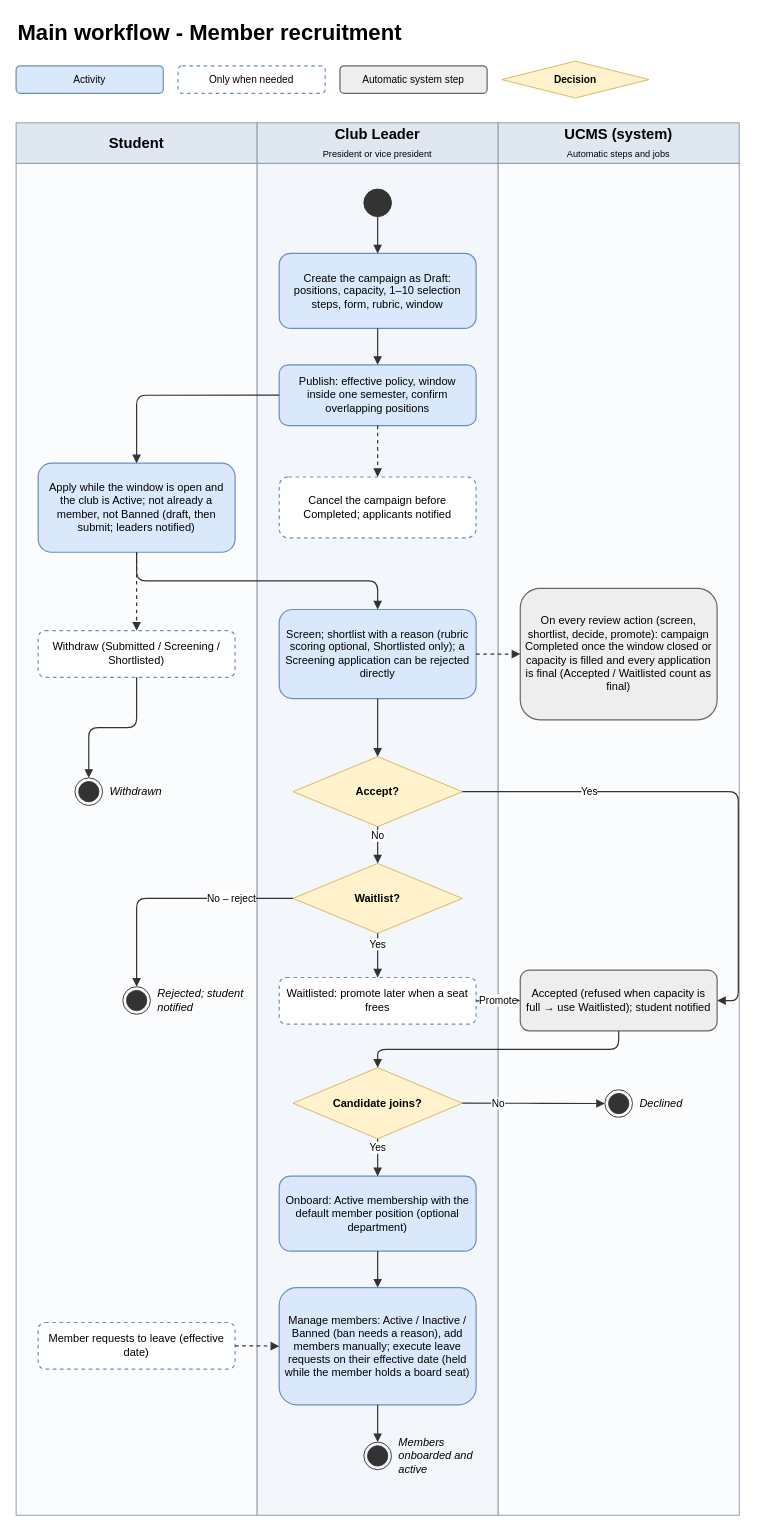
The draw.io diagram page "02 Member recruitment" (2 of 10) of docs/03-diagrams/UCMS_Main_Workflow.drawio in nvdekay/ClubManagementSystem, before the edit. Source tidied: cells renumbered, new cells numbered last; positions are measured from the earlier drawing's top-left corner, leaving out a move shared by most shapes. Both pictures are drawn from the tidied source at 92%, with x=0, y=0 at pixel (16, 16).
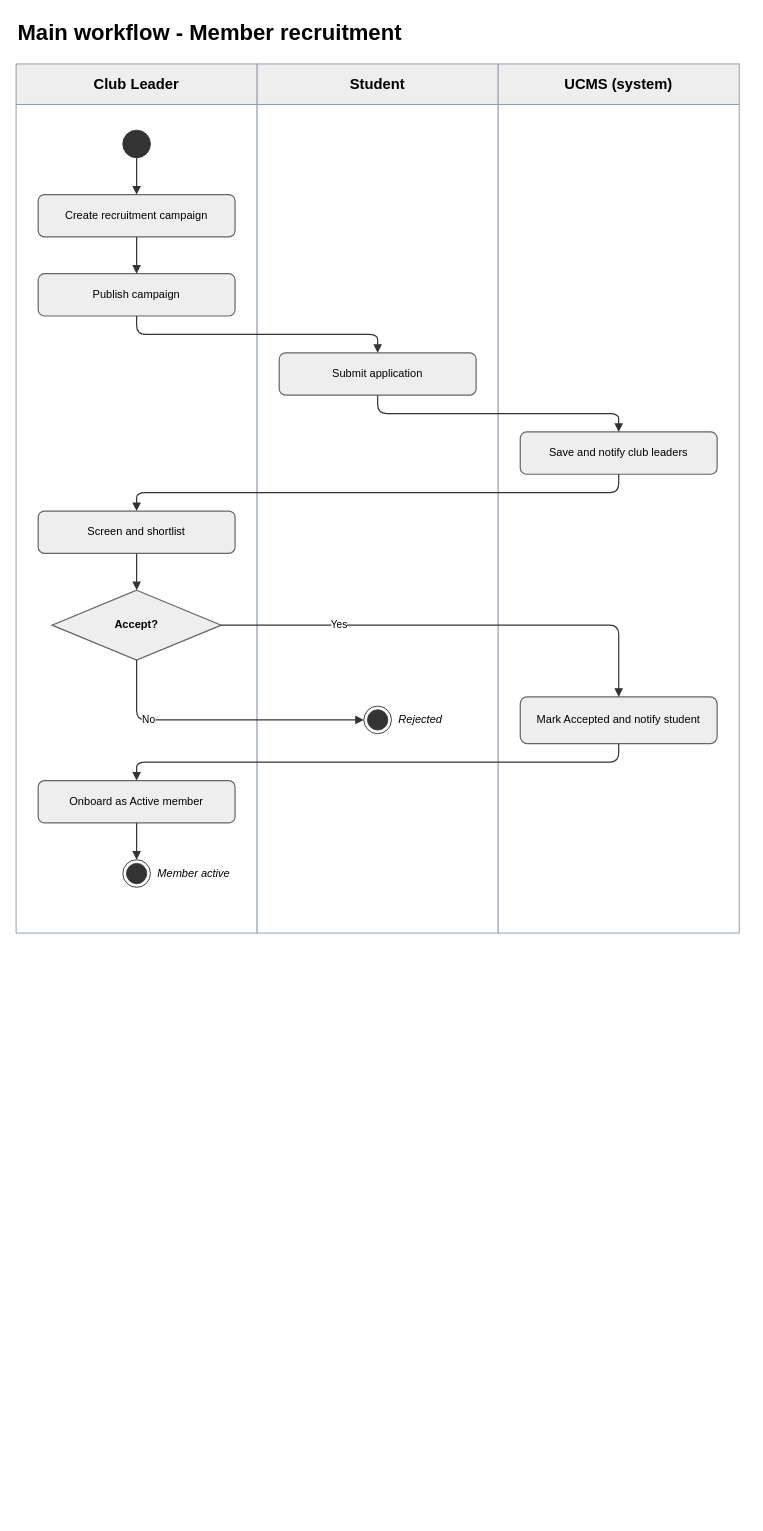
Above is the later version.

Change to the diagram source:
```diff
@@
-    <mxCell id="3" value="Activity" style="rounded=1;whiteSpace=wrap;html=1;fillColor=#dae8fc;strokeColor=#6c8ebf;strokeWidth=1.3;spacing=6;fontSize=11;" parent="1" vertex="1">
-      <mxGeometry y="54" width="160" height="30" as="geometry" />
-    </mxCell>
-    <mxCell id="4" value="Only when needed" style="rounded=1;whiteSpace=wrap;html=1;fillColor=#ffffff;strokeColor=#6c8ebf;dashed=1;strokeWidth=1.3;spacing=6;fontSize=11;" parent="1" vertex="1">
-      <mxGeometry x="176" y="54" width="160" height="30" as="geometry" />
-    </mxCell>
-    <mxCell id="5" value="Automatic system step" style="rounded=1;whiteSpace=wrap;html=1;fillColor=#eeeeee;strokeColor=#666666;strokeWidth=1.3;spacing=6;fontSize=11;" parent="1" vertex="1">
-      <mxGeometry x="352" y="54" width="160" height="30" as="geometry" />
-    </mxCell>
-    <mxCell id="6" value="Decision" style="rhombus;whiteSpace=wrap;html=1;fillColor=#fff2cc;strokeColor=#d6b656;fontStyle=1;spacingLeft=18;spacingRight=18;fontSize=11;" parent="1" vertex="1">
-      <mxGeometry x="528" y="49" width="160" height="40" as="geometry" />
-    </mxCell>
+    <mxCell id="9" style="rounded=0;html=1;fillColor=#ffffff;strokeColor=#8a97a6;" parent="1" vertex="1">
+      <mxGeometry y="96" width="262" height="900.7" as="geometry" />
+    </mxCell>
+    <mxCell id="10" value="&lt;b&gt;Club Leader&lt;/b&gt;" style="rounded=0;whiteSpace=wrap;html=1;fillColor=#eeeeee;strokeColor=#8a97a6;fontSize=16;" parent="1" vertex="1">
+      <mxGeometry y="52" width="262" height="44" as="geometry" />
+    </mxCell>
-    <mxCell id="7" style="rounded=0;html=1;fillColor=#fbfcfe;strokeColor=#8a97a6;" parent="1" vertex="1">
-      <mxGeometry y="160" width="262" height="1469.5" as="geometry" />
+    <mxCell id="7" style="rounded=0;html=1;fillColor=#ffffff;strokeColor=#8a97a6;" parent="1" vertex="1">
+      <mxGeometry x="262" y="96" width="262" height="900.7" as="geometry" />
     </mxCell>
-    <mxCell id="8" value="&lt;b&gt;Student&lt;/b&gt;" style="rounded=0;whiteSpace=wrap;html=1;fillColor=#dfe7f1;strokeColor=#8a97a6;fontSize=16;" parent="1" vertex="1">
-      <mxGeometry y="116" width="262" height="44" as="geometry" />
+    <mxCell id="8" value="&lt;b&gt;Student&lt;/b&gt;" style="rounded=0;whiteSpace=wrap;html=1;fillColor=#eeeeee;strokeColor=#8a97a6;fontSize=16;" parent="1" vertex="1">
+      <mxGeometry x="262" y="52" width="262" height="44" as="geometry" />
     </mxCell>
-    <mxCell id="9" style="rounded=0;html=1;fillColor=#f3f6fa;strokeColor=#8a97a6;" parent="1" vertex="1">
-      <mxGeometry x="262" y="160" width="262" height="1469.5" as="geometry" />
-    </mxCell>
-    <mxCell id="10" value="&lt;b&gt;Club Leader&lt;/b&gt;&lt;br&gt;&lt;span style=&quot;font-size:10px;font-weight:normal;&quot;&gt;President or vice president&lt;/span&gt;" style="rounded=0;whiteSpace=wrap;html=1;fillColor=#dfe7f1;strokeColor=#8a97a6;fontSize=16;" parent="1" vertex="1">
-      <mxGeometry x="262" y="116" width="262" height="44" as="geometry" />
-    </mxCell>
-    <mxCell id="11" style="rounded=0;html=1;fillColor=#fbfcfe;strokeColor=#8a97a6;" parent="1" vertex="1">
-      <mxGeometry x="524" y="160" width="262" height="1469.5" as="geometry" />
+    <mxCell id="11" style="rounded=0;html=1;fillColor=#ffffff;strokeColor=#8a97a6;" parent="1" vertex="1">
+      <mxGeometry x="524" y="96" width="262" height="900.7" as="geometry" />
     </mxCell>
-    <mxCell id="12" value="&lt;b&gt;UCMS (system)&lt;/b&gt;&lt;br&gt;&lt;span style=&quot;font-size:10px;font-weight:normal;&quot;&gt;Automatic steps and jobs&lt;/span&gt;" style="rounded=0;whiteSpace=wrap;html=1;fillColor=#dfe7f1;strokeColor=#8a97a6;fontSize=16;" parent="1" vertex="1">
-      <mxGeometry x="524" y="116" width="262" height="44" as="geometry" />
+    <mxCell id="12" value="&lt;b&gt;UCMS (system)&lt;/b&gt;" style="rounded=0;whiteSpace=wrap;html=1;fillColor=#eeeeee;strokeColor=#8a97a6;fontSize=16;" parent="1" vertex="1">
+      <mxGeometry x="524" y="52" width="262" height="44" as="geometry" />
     </mxCell>
     <mxCell id="13" style="ellipse;html=1;fillColor=#333333;strokeColor=#333333;" parent="1" vertex="1">
-      <mxGeometry x="378" y="188" width="30" height="30" as="geometry" />
+      <mxGeometry x="116" y="124" width="30" height="30" as="geometry" />
     </mxCell>
-    <mxCell id="14" value="Create the campaign as Draft: positions, capacity, 1–10 selection steps, form, rubric, window" style="rounded=1;whiteSpace=wrap;html=1;fillColor=#dae8fc;strokeColor=#6c8ebf;strokeWidth=1.3;spacing=6;fontSize=12;" parent="1" vertex="1">
-      <mxGeometry x="286" y="258" width="214" height="81.4" as="geometry" />
+    <mxCell id="14" value="Create recruitment campaign" style="rounded=1;whiteSpace=wrap;html=1;fillColor=#eeeeee;strokeColor=#666666;strokeWidth=1.3;spacing=6;fontSize=12;" parent="1" vertex="1">
+      <mxGeometry x="24" y="194" width="214" height="46" as="geometry" />
     </mxCell>
-    <mxCell id="15" value="Publish: effective policy, window inside one semester, confirm overlapping positions" style="rounded=1;whiteSpace=wrap;html=1;fillColor=#dae8fc;strokeColor=#6c8ebf;strokeWidth=1.3;spacing=6;fontSize=12;" parent="1" vertex="1">
-      <mxGeometry x="286" y="379" width="214" height="66.1" as="geometry" />
+    <mxCell id="15" value="Publish campaign" style="rounded=1;whiteSpace=wrap;html=1;fillColor=#eeeeee;strokeColor=#666666;strokeWidth=1.3;spacing=6;fontSize=12;" parent="1" vertex="1">
+      <mxGeometry x="24" y="280" width="214" height="46" as="geometry" />
     </mxCell>
-    <mxCell id="16" value="Cancel the campaign before Completed; applicants notified" style="rounded=1;whiteSpace=wrap;html=1;fillColor=#ffffff;strokeColor=#6c8ebf;dashed=1;strokeWidth=1.3;spacing=6;fontSize=12;" parent="1" vertex="1">
-      <mxGeometry x="286" y="501" width="214" height="66.1" as="geometry" />
-    </mxCell>
-    <mxCell id="17" value="Apply while the window is open and the club is Active; not already a member, not Banned (draft, then submit; leaders notified)" style="rounded=1;whiteSpace=wrap;html=1;fillColor=#dae8fc;strokeColor=#6c8ebf;strokeWidth=1.3;spacing=6;fontSize=12;" parent="1" vertex="1">
-      <mxGeometry x="24" y="486" width="214" height="96.8" as="geometry" />
+    <mxCell id="17" value="Submit application" style="rounded=1;whiteSpace=wrap;html=1;fillColor=#eeeeee;strokeColor=#666666;strokeWidth=1.3;spacing=6;fontSize=12;" parent="1" vertex="1">
+      <mxGeometry x="286" y="366" width="214" height="46" as="geometry" />
     </mxCell>
-    <mxCell id="18" value="Withdraw (Submitted / Screening / Shortlisted)" style="rounded=1;whiteSpace=wrap;html=1;fillColor=#ffffff;strokeColor=#6c8ebf;dashed=1;strokeWidth=1.3;spacing=6;fontSize=12;" parent="1" vertex="1">
-      <mxGeometry x="24" y="668" width="214" height="50.7" as="geometry" />
-    </mxCell>
-    <mxCell id="19" style="ellipse;html=1;shape=endState;fillColor=#333333;strokeColor=#333333;" parent="1" vertex="1">
-      <mxGeometry x="64" y="828" width="30" height="30" as="geometry" />
-    </mxCell>
-    <mxCell id="20" value="Withdrawn" style="text;html=1;whiteSpace=wrap;align=left;verticalAlign=middle;fontSize=12;fontStyle=2;" parent="1" vertex="1">
-      <mxGeometry x="100" y="820" width="156" height="46" as="geometry" />
-    </mxCell>
+    <mxCell id="57" value="Save and notify club leaders" style="rounded=1;whiteSpace=wrap;html=1;fillColor=#eeeeee;strokeColor=#666666;strokeWidth=1.3;spacing=6;fontSize=12;" parent="1" vertex="1">
+      <mxGeometry x="548" y="452" width="214" height="46" as="geometry" />
+    </mxCell>
-    <mxCell id="21" value="Screen; shortlist with a reason (rubric scoring optional, Shortlisted only); a Screening application can be rejected directly" style="rounded=1;whiteSpace=wrap;html=1;fillColor=#dae8fc;strokeColor=#6c8ebf;strokeWidth=1.3;spacing=6;fontSize=12;" parent="1" vertex="1">
-      <mxGeometry x="286" y="645" width="214" height="96.8" as="geometry" />
+    <mxCell id="21" value="Screen and shortlist" style="rounded=1;whiteSpace=wrap;html=1;fillColor=#eeeeee;strokeColor=#666666;strokeWidth=1.3;spacing=6;fontSize=12;" parent="1" vertex="1">
+      <mxGeometry x="24" y="538" width="214" height="46" as="geometry" />
     </mxCell>
-    <mxCell id="22" value="Accept?" style="rhombus;whiteSpace=wrap;html=1;fillColor=#fff2cc;strokeColor=#d6b656;fontStyle=1;spacingLeft=18;spacingRight=18;fontSize=12;" parent="1" vertex="1">
-      <mxGeometry x="301" y="805" width="184" height="76" as="geometry" />
+    <mxCell id="22" value="Accept?" style="rhombus;whiteSpace=wrap;html=1;fillColor=#eeeeee;strokeColor=#666666;strokeWidth=1.3;fontStyle=1;spacingLeft=18;spacingRight=18;fontSize=12;" parent="1" vertex="1">
+      <mxGeometry x="39" y="624" width="184" height="76" as="geometry" />
     </mxCell>
-    <mxCell id="23" value="Waitlist?" style="rhombus;whiteSpace=wrap;html=1;fillColor=#fff2cc;strokeColor=#d6b656;fontStyle=1;spacingLeft=18;spacingRight=18;fontSize=12;" parent="1" vertex="1">
-      <mxGeometry x="301" y="921" width="184" height="76" as="geometry" />
-    </mxCell>
     <mxCell id="24" style="ellipse;html=1;shape=endState;fillColor=#333333;strokeColor=#333333;" parent="1" vertex="1">
-      <mxGeometry x="116" y="1055" width="30" height="30" as="geometry" />
+      <mxGeometry x="378" y="750" width="30" height="30" as="geometry" />
     </mxCell>
-    <mxCell id="25" value="Rejected; student notified" style="text;html=1;whiteSpace=wrap;align=left;verticalAlign=middle;fontSize=12;fontStyle=2;" parent="1" vertex="1">
-      <mxGeometry x="152" y="1047" width="104" height="46" as="geometry" />
+    <mxCell id="25" value="Rejected" style="text;html=1;whiteSpace=wrap;align=left;verticalAlign=middle;fontSize=12;fontStyle=2;" parent="1" vertex="1">
+      <mxGeometry x="414" y="742" width="104" height="46" as="geometry" />
     </mxCell>
-    <mxCell id="26" value="Waitlisted: promote later when a seat frees" style="rounded=1;whiteSpace=wrap;html=1;fillColor=#ffffff;strokeColor=#6c8ebf;dashed=1;strokeWidth=1.3;spacing=6;fontSize=12;" parent="1" vertex="1">
-      <mxGeometry x="286" y="1045" width="214" height="50.7" as="geometry" />
-    </mxCell>
-    <mxCell id="27" value="Accepted (refused when capacity is full → use Waitlisted); student notified" style="rounded=1;whiteSpace=wrap;html=1;fillColor=#eeeeee;strokeColor=#666666;strokeWidth=1.3;spacing=6;fontSize=12;" parent="1" vertex="1">
-      <mxGeometry x="548" y="1037" width="214" height="66.1" as="geometry" />
-    </mxCell>
-    <mxCell id="28" value="Candidate joins?" style="rhombus;whiteSpace=wrap;html=1;fillColor=#fff2cc;strokeColor=#d6b656;fontStyle=1;spacingLeft=18;spacingRight=18;fontSize=12;" parent="1" vertex="1">
-      <mxGeometry x="301" y="1143" width="184" height="77.3" as="geometry" />
-    </mxCell>
-    <mxCell id="29" style="ellipse;html=1;shape=endState;fillColor=#333333;strokeColor=#333333;" parent="1" vertex="1">
-      <mxGeometry x="640" y="1167" width="30" height="30" as="geometry" />
-    </mxCell>
-    <mxCell id="30" value="Declined" style="text;html=1;whiteSpace=wrap;align=left;verticalAlign=middle;fontSize=12;fontStyle=2;" parent="1" vertex="1">
-      <mxGeometry x="676" y="1159" width="104" height="46" as="geometry" />
-    </mxCell>
-    <mxCell id="31" value="Onboard: Active membership with the default member position (optional department)" style="rounded=1;whiteSpace=wrap;html=1;fillColor=#dae8fc;strokeColor=#6c8ebf;strokeWidth=1.3;spacing=6;fontSize=12;" parent="1" vertex="1">
-      <mxGeometry x="286" y="1261" width="214" height="81.4" as="geometry" />
-    </mxCell>
-    <mxCell id="32" value="On every review action (screen, shortlist, decide, promote): campaign Completed once the window closed or capacity is filled and every application is final (Accepted / Waitlisted count as final)" style="rounded=1;whiteSpace=wrap;html=1;fillColor=#eeeeee;strokeColor=#666666;strokeWidth=1.3;spacing=6;fontSize=12;" parent="1" vertex="1">
-      <mxGeometry x="548" y="622" width="214" height="142.9" as="geometry" />
-    </mxCell>
-    <mxCell id="33" value="Member requests to leave (effective date)" style="rounded=1;whiteSpace=wrap;html=1;fillColor=#ffffff;strokeColor=#6c8ebf;dashed=1;strokeWidth=1.3;spacing=6;fontSize=12;" parent="1" vertex="1">
-      <mxGeometry x="24" y="1420" width="214" height="50.7" as="geometry" />
-    </mxCell>
+    <mxCell id="58" value="Mark Accepted and notify student" style="rounded=1;whiteSpace=wrap;html=1;fillColor=#eeeeee;strokeColor=#666666;strokeWidth=1.3;spacing=6;fontSize=12;" parent="1" vertex="1">
+      <mxGeometry x="548" y="740" width="214" height="50.7" as="geometry" />
+    </mxCell>
-    <mxCell id="34" value="Manage members: Active / Inactive / Banned (ban needs a reason), add members manually; execute leave requests on their effective date (held while the member holds a board seat)" style="rounded=1;whiteSpace=wrap;html=1;fillColor=#dae8fc;strokeColor=#6c8ebf;strokeWidth=1.3;spacing=6;fontSize=12;" parent="1" vertex="1">
-      <mxGeometry x="286" y="1382" width="214" height="127.5" as="geometry" />
+    <mxCell id="34" value="Onboard as Active member" style="rounded=1;whiteSpace=wrap;html=1;fillColor=#eeeeee;strokeColor=#666666;strokeWidth=1.3;spacing=6;fontSize=12;" parent="1" vertex="1">
+      <mxGeometry x="24" y="831" width="214" height="46" as="geometry" />
     </mxCell>
     <mxCell id="35" style="ellipse;html=1;shape=endState;fillColor=#333333;strokeColor=#333333;" parent="1" vertex="1">
-      <mxGeometry x="378" y="1550" width="30" height="30" as="geometry" />
+      <mxGeometry x="116" y="917" width="30" height="30" as="geometry" />
     </mxCell>
-    <mxCell id="36" value="Members onboarded and active" style="text;html=1;whiteSpace=wrap;align=left;verticalAlign=middle;fontSize=12;fontStyle=2;" parent="1" vertex="1">
-      <mxGeometry x="414" y="1542" width="104" height="46" as="geometry" />
+    <mxCell id="36" value="Member active" style="text;html=1;whiteSpace=wrap;align=left;verticalAlign=middle;fontSize=12;fontStyle=2;" parent="1" vertex="1">
+      <mxGeometry x="152" y="909" width="104" height="46" as="geometry" />
     </mxCell>
@@
-    <mxCell id="39" style="endArrow=block;endFill=1;html=1;rounded=1;edgeStyle=orthogonalEdgeStyle;strokeColor=#333333;strokeWidth=1.3;fontSize=11;labelBackgroundColor=#ffffff;dashed=1;exitX=0.5;exitY=1;entryX=0.5;entryY=0;" parent="1" edge="1" source="15" target="16">
+    <mxCell id="39" style="endArrow=block;endFill=1;html=1;rounded=1;edgeStyle=orthogonalEdgeStyle;strokeColor=#333333;strokeWidth=1.3;fontSize=11;labelBackgroundColor=#ffffff;exitX=0.5;exitY=1;entryX=0.5;entryY=0;" parent="1" edge="1" source="15" target="17">
       <mxGeometry relative="1" as="geometry" />
     </mxCell>
-    <mxCell id="40" style="endArrow=block;endFill=1;html=1;rounded=1;edgeStyle=orthogonalEdgeStyle;strokeColor=#333333;strokeWidth=1.3;fontSize=11;labelBackgroundColor=#ffffff;exitX=0;exitY=0.5;entryX=0.5;entryY=0;" parent="1" edge="1" source="15" target="17">
+    <mxCell id="40" style="endArrow=block;endFill=1;html=1;rounded=1;edgeStyle=orthogonalEdgeStyle;strokeColor=#333333;strokeWidth=1.3;fontSize=11;labelBackgroundColor=#ffffff;exitX=0.5;exitY=1;entryX=0.5;entryY=0;" parent="1" edge="1" source="17" target="57">
       <mxGeometry relative="1" as="geometry" />
     </mxCell>
-    <mxCell id="41" style="endArrow=block;endFill=1;html=1;rounded=1;edgeStyle=orthogonalEdgeStyle;strokeColor=#333333;strokeWidth=1.3;fontSize=11;labelBackgroundColor=#ffffff;dashed=1;exitX=0.5;exitY=1;entryX=0.5;entryY=0;" parent="1" edge="1" source="17" target="18">
+    <mxCell id="41" style="endArrow=block;endFill=1;html=1;rounded=1;edgeStyle=orthogonalEdgeStyle;strokeColor=#333333;strokeWidth=1.3;fontSize=11;labelBackgroundColor=#ffffff;exitX=0.5;exitY=1;entryX=0.5;entryY=0;" parent="1" edge="1" source="57" target="21">
       <mxGeometry relative="1" as="geometry" />
     </mxCell>
-    <mxCell id="42" style="endArrow=block;endFill=1;html=1;rounded=1;edgeStyle=orthogonalEdgeStyle;strokeColor=#333333;strokeWidth=1.3;fontSize=11;labelBackgroundColor=#ffffff;exitX=0.5;exitY=1;entryX=0.5;entryY=0;" parent="1" edge="1" source="18" target="19">
+    <mxCell id="42" style="endArrow=block;endFill=1;html=1;rounded=1;edgeStyle=orthogonalEdgeStyle;strokeColor=#333333;strokeWidth=1.3;fontSize=11;labelBackgroundColor=#ffffff;exitX=0.5;exitY=1;entryX=0.5;entryY=0;" parent="1" edge="1" source="21" target="22">
       <mxGeometry relative="1" as="geometry" />
     </mxCell>
-    <mxCell id="43" style="endArrow=block;endFill=1;html=1;rounded=1;edgeStyle=orthogonalEdgeStyle;strokeColor=#333333;strokeWidth=1.3;fontSize=11;labelBackgroundColor=#ffffff;exitX=0.5;exitY=1;entryX=0.5;entryY=0;" parent="1" edge="1" source="17" target="21">
-      <mxGeometry relative="1" as="geometry" />
+    <mxCell id="43" value="Yes" style="endArrow=block;endFill=1;html=1;rounded=1;edgeStyle=orthogonalEdgeStyle;strokeColor=#333333;strokeWidth=1.3;fontSize=11;labelBackgroundColor=#ffffff;exitX=1;exitY=0.5;entryX=0.5;entryY=0;" parent="1" edge="1" source="22" target="58">
+      <mxGeometry x="-0.5" relative="1" as="geometry" />
     </mxCell>
-    <mxCell id="44" style="endArrow=block;endFill=1;html=1;rounded=1;edgeStyle=orthogonalEdgeStyle;strokeColor=#333333;strokeWidth=1.3;fontSize=11;labelBackgroundColor=#ffffff;exitX=0.5;exitY=1;entryX=0.5;entryY=0;" parent="1" edge="1" source="21" target="22">
-      <mxGeometry relative="1" as="geometry" />
+    <mxCell id="44" value="No" style="endArrow=block;endFill=1;html=1;rounded=1;edgeStyle=orthogonalEdgeStyle;strokeColor=#333333;strokeWidth=1.3;fontSize=11;labelBackgroundColor=#ffffff;exitX=0.5;exitY=1;entryX=0;entryY=0.5;" parent="1" edge="1" source="22" target="24">
+      <mxGeometry x="-0.5" relative="1" as="geometry" />
     </mxCell>
-    <mxCell id="45" value="Yes" style="endArrow=block;endFill=1;html=1;rounded=1;edgeStyle=orthogonalEdgeStyle;strokeColor=#333333;strokeWidth=1.3;fontSize=11;labelBackgroundColor=#ffffff;exitX=1;exitY=0.5;entryX=1;entryY=0.5;" parent="1" edge="1" source="22" target="27">
-      <mxGeometry x="-0.5" relative="1" as="geometry">
-        <Array as="points">
-          <mxPoint x="785" y="843" />
-          <mxPoint x="785" y="1070" />
-        </Array>
-      </mxGeometry>
+    <mxCell id="45" style="endArrow=block;endFill=1;html=1;rounded=1;edgeStyle=orthogonalEdgeStyle;strokeColor=#333333;strokeWidth=1.3;fontSize=11;labelBackgroundColor=#ffffff;exitX=0.5;exitY=1;entryX=0.5;entryY=0;" parent="1" edge="1" source="58" target="34">
+      <mxGeometry relative="1" as="geometry" />
     </mxCell>
-    <mxCell id="46" value="No" style="endArrow=block;endFill=1;html=1;rounded=1;edgeStyle=orthogonalEdgeStyle;strokeColor=#333333;strokeWidth=1.3;fontSize=11;labelBackgroundColor=#ffffff;exitX=0.5;exitY=1;entryX=0.5;entryY=0;" parent="1" edge="1" source="22" target="23">
-      <mxGeometry x="-0.5" relative="1" as="geometry" />
+    <mxCell id="46" style="endArrow=block;endFill=1;html=1;rounded=1;edgeStyle=orthogonalEdgeStyle;strokeColor=#333333;strokeWidth=1.3;fontSize=11;labelBackgroundColor=#ffffff;exitX=0.5;exitY=1;entryX=0.5;entryY=0;" parent="1" edge="1" source="34" target="35">
+      <mxGeometry relative="1" as="geometry" />
     </mxCell>
-    <mxCell id="47" value="No – reject" style="endArrow=block;endFill=1;html=1;rounded=1;edgeStyle=orthogonalEdgeStyle;strokeColor=#333333;strokeWidth=1.3;fontSize=11;labelBackgroundColor=#ffffff;exitX=0;exitY=0.5;entryX=0.5;entryY=0;" parent="1" edge="1" source="23" target="24">
-      <mxGeometry x="-0.5" relative="1" as="geometry" />
-    </mxCell>
-    <mxCell id="48" value="Yes" style="endArrow=block;endFill=1;html=1;rounded=1;edgeStyle=orthogonalEdgeStyle;strokeColor=#333333;strokeWidth=1.3;fontSize=11;labelBackgroundColor=#ffffff;exitX=0.5;exitY=1;entryX=0.5;entryY=0;" parent="1" edge="1" source="23" target="26">
-      <mxGeometry x="-0.5" relative="1" as="geometry" />
-    </mxCell>
-    <mxCell id="49" value="Promote" style="endArrow=block;endFill=1;html=1;rounded=1;edgeStyle=orthogonalEdgeStyle;strokeColor=#333333;strokeWidth=1.3;fontSize=11;labelBackgroundColor=#ffffff;exitX=1;exitY=0.5;entryX=0;entryY=0.5;" parent="1" edge="1" source="26" target="27">
-      <mxGeometry relative="1" as="geometry" />
-    </mxCell>
-    <mxCell id="50" style="endArrow=block;endFill=1;html=1;rounded=1;edgeStyle=orthogonalEdgeStyle;strokeColor=#333333;strokeWidth=1.3;fontSize=11;labelBackgroundColor=#ffffff;exitX=0.5;exitY=1;entryX=0.5;entryY=0;" parent="1" edge="1" source="27" target="28">
-      <mxGeometry relative="1" as="geometry" />
-    </mxCell>
-    <mxCell id="51" value="No" style="endArrow=block;endFill=1;html=1;rounded=1;edgeStyle=orthogonalEdgeStyle;strokeColor=#333333;strokeWidth=1.3;fontSize=11;labelBackgroundColor=#ffffff;exitX=1;exitY=0.5;entryX=0;entryY=0.5;" parent="1" edge="1" source="28" target="29">
-      <mxGeometry x="-0.5" relative="1" as="geometry" />
-    </mxCell>
-    <mxCell id="52" value="Yes" style="endArrow=block;endFill=1;html=1;rounded=1;edgeStyle=orthogonalEdgeStyle;strokeColor=#333333;strokeWidth=1.3;fontSize=11;labelBackgroundColor=#ffffff;exitX=0.5;exitY=1;entryX=0.5;entryY=0;" parent="1" edge="1" source="28" target="31">
-      <mxGeometry x="-0.5" relative="1" as="geometry" />
-    </mxCell>
-    <mxCell id="53" style="endArrow=block;endFill=1;html=1;rounded=1;edgeStyle=orthogonalEdgeStyle;strokeColor=#333333;strokeWidth=1.3;fontSize=11;labelBackgroundColor=#ffffff;dashed=1;exitX=1;exitY=0.5;entryX=0;entryY=0.5;" parent="1" edge="1" source="21" target="32">
-      <mxGeometry relative="1" as="geometry" />
-    </mxCell>
-    <mxCell id="54" style="endArrow=block;endFill=1;html=1;rounded=1;edgeStyle=orthogonalEdgeStyle;strokeColor=#333333;strokeWidth=1.3;fontSize=11;labelBackgroundColor=#ffffff;exitX=0.5;exitY=1;entryX=0.5;entryY=0;" parent="1" edge="1" source="31" target="34">
-      <mxGeometry relative="1" as="geometry" />
-    </mxCell>
-    <mxCell id="55" style="endArrow=block;endFill=1;html=1;rounded=1;edgeStyle=orthogonalEdgeStyle;strokeColor=#333333;strokeWidth=1.3;fontSize=11;labelBackgroundColor=#ffffff;dashed=1;exitX=1;exitY=0.5;entryX=0;entryY=0.5;" parent="1" edge="1" source="33" target="34">
-      <mxGeometry relative="1" as="geometry" />
-    </mxCell>
-    <mxCell id="56" style="endArrow=block;endFill=1;html=1;rounded=1;edgeStyle=orthogonalEdgeStyle;strokeColor=#333333;strokeWidth=1.3;fontSize=11;labelBackgroundColor=#ffffff;exitX=0.5;exitY=1;entryX=0.5;entryY=0;" parent="1" edge="1" source="34" target="35">
-      <mxGeometry relative="1" as="geometry" />
-    </mxCell>
```
